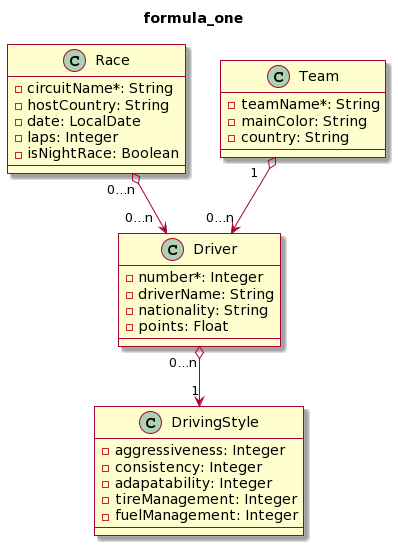
Earlier version of the PlantUML export docs/formula_one.models.png (wzzzzwwzw/apaw-practice).
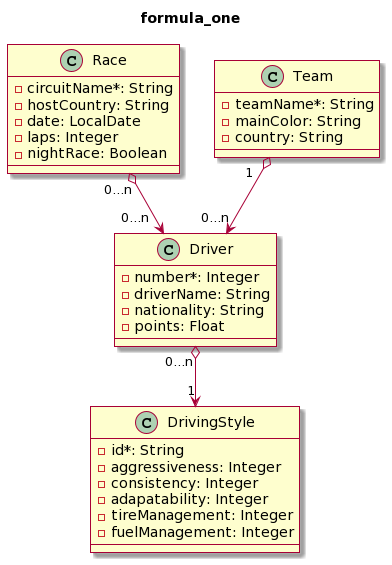
After the commit.

Diff of the diagram source:
```diff
@@ -8,7 +8,7 @@
   - hostCountry: String
   - date: LocalDate
   - laps: Integer
-  - isNightRace: Boolean
+  - nightRace: Boolean
 }
 
 class Team {
@@ -25,6 +25,7 @@
 }
 
 class DrivingStyle {
+  - id*: String
   - aggressiveness: Integer
   - consistency: Integer
   - adapatability: Integer
```
